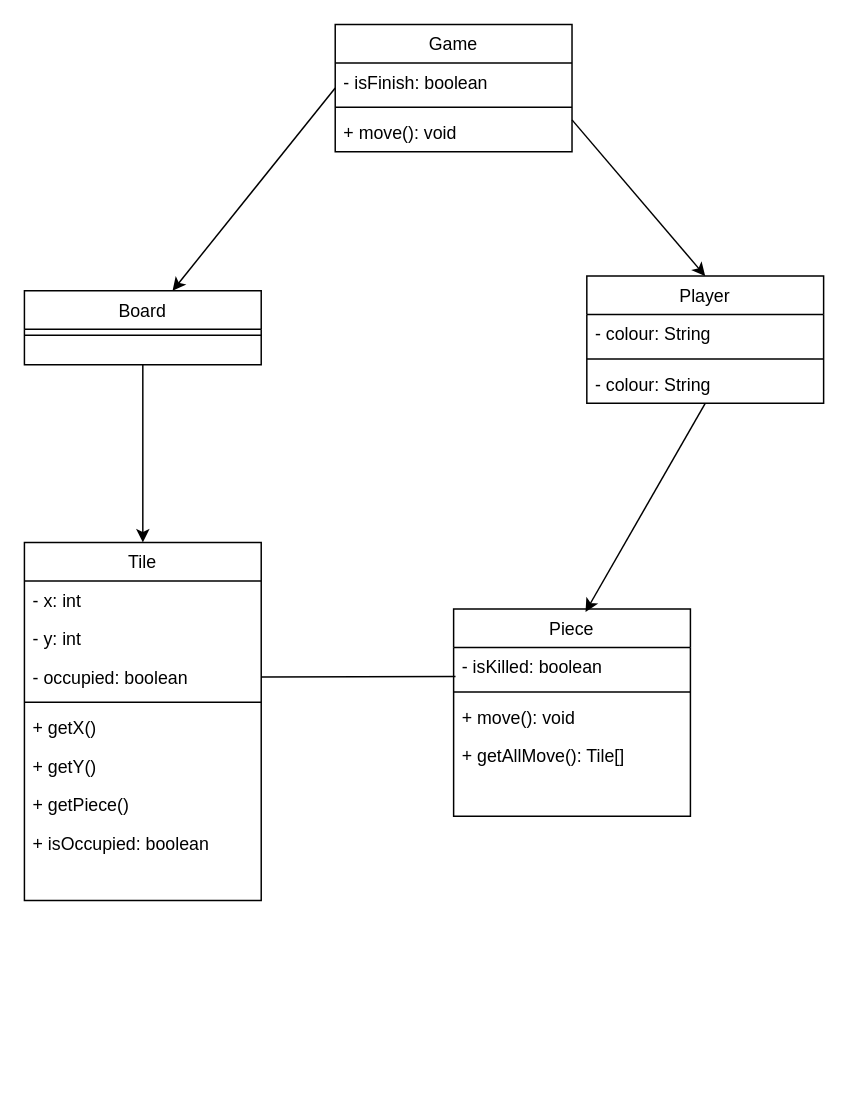
Above: diagram.drawio in artwork321/chess (draw.io), before the change. Source tidied: cells renumbered, new cells numbered last; positions are measured from the earlier drawing's top-left corner, leaving out a move shared by most shapes. Both pictures are drawn from the tidied source at 148%, with x=0, y=0 at pixel (24, 24).
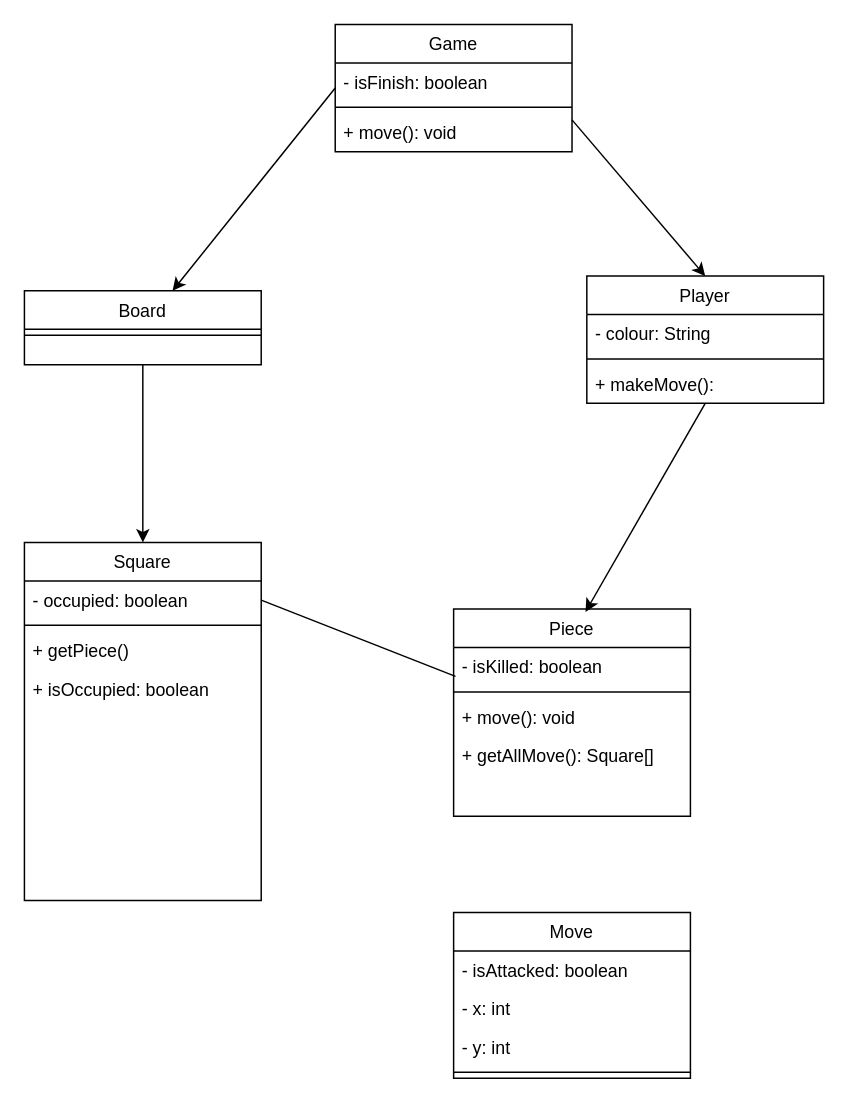
The same diagram, later.

The change refers to these unchanged cells:
```xml
<mxCell id="13" value="Piece" style="swimlane;fontStyle=0;align=center;verticalAlign=top;horizontal=1;startSize=26;rounded=0;shadow=0;strokeWidth=1;" parent="1" vertex="1">
  <mxGeometry x="290" y="395" width="160" height="140" as="geometry" />
</mxCell>
<mxCell id="25" value="Player" style="swimlane;fontStyle=0;align=center;verticalAlign=top;horizontal=1;startSize=26;rounded=0;shadow=0;strokeWidth=1;" parent="1" vertex="1">
  <mxGeometry x="380" y="170" width="160" height="86" as="geometry" />
</mxCell>
```

What changed in the source:
```diff
@@
-    <mxCell id="4" value="Tile" style="swimlane;fontStyle=0;align=center;verticalAlign=top;horizontal=1;startSize=26;rounded=0;shadow=0;strokeWidth=1;" parent="1" vertex="1">
+    <mxCell id="4" value="Square" style="swimlane;fontStyle=0;align=center;verticalAlign=top;horizontal=1;startSize=26;rounded=0;shadow=0;strokeWidth=1;" parent="1" vertex="1">
       <mxGeometry y="350" width="160" height="242" as="geometry" />
     </mxCell>
-    <mxCell id="5" value="- x: int" style="text;align=left;verticalAlign=top;spacingLeft=4;spacingRight=4;overflow=hidden;rounded=0;shadow=0;html=0;" parent="4" vertex="1">
-      <mxGeometry y="26" width="160" height="26" as="geometry" />
-    </mxCell>
-    <mxCell id="6" value="- y: int" style="text;align=left;verticalAlign=top;spacingLeft=4;spacingRight=4;overflow=hidden;rounded=0;shadow=0;html=0;" parent="4" vertex="1">
-      <mxGeometry y="52" width="160" height="26" as="geometry" />
-    </mxCell>
     <mxCell id="7" value="- occupied: boolean" style="text;align=left;verticalAlign=top;spacingLeft=4;spacingRight=4;overflow=hidden;points=[[0,0.5],[1,0.5]];portConstraint=eastwest;rounded=0;shadow=0;html=0;" parent="4" vertex="1">
-      <mxGeometry y="78" width="160" height="26" as="geometry" />
+      <mxGeometry y="26" width="160" height="26" as="geometry" />
     </mxCell>
     <mxCell id="8" style="line;html=1;strokeWidth=1;align=left;verticalAlign=middle;spacingTop=-1;spacingLeft=3;spacingRight=3;labelPosition=right;" parent="4" vertex="1">
-      <mxGeometry y="104" width="160" height="8" as="geometry" />
+      <mxGeometry y="52" width="160" height="8" as="geometry" />
     </mxCell>
-    <mxCell id="9" value="+ getX()" style="text;align=left;verticalAlign=top;spacingLeft=4;spacingRight=4;overflow=hidden;" parent="4" vertex="1">
-      <mxGeometry y="112" width="160" height="26" as="geometry" />
-    </mxCell>
-    <mxCell id="10" value="+ getY()" style="text;align=left;verticalAlign=top;spacingLeft=4;spacingRight=4;overflow=hidden;" parent="4" vertex="1">
-      <mxGeometry y="138" width="160" height="26" as="geometry" />
-    </mxCell>
     <mxCell id="11" value="+ getPiece()" style="text;align=left;verticalAlign=top;spacingLeft=4;spacingRight=4;overflow=hidden;" parent="4" vertex="1">
-      <mxGeometry y="164" width="160" height="26" as="geometry" />
+      <mxGeometry y="60" width="160" height="26" as="geometry" />
     </mxCell>
     <mxCell id="12" value="+ isOccupied: boolean" style="text;align=left;verticalAlign=top;spacingLeft=4;spacingRight=4;overflow=hidden;" parent="4" vertex="1">
-      <mxGeometry y="190" width="160" height="26" as="geometry" />
+      <mxGeometry y="86" width="160" height="26" as="geometry" />
     </mxCell>
@@
-    <mxCell id="17" value="+ getAllMove(): Tile[]" style="text;align=left;verticalAlign=top;spacingLeft=4;spacingRight=4;overflow=hidden;" parent="13" vertex="1">
+    <mxCell id="17" value="+ getAllMove(): Square[]" style="text;align=left;verticalAlign=top;spacingLeft=4;spacingRight=4;overflow=hidden;" parent="13" vertex="1">
       <mxGeometry y="86" width="160" height="26" as="geometry" />
     </mxCell>
@@
-    <mxCell id="28" value="- colour: String" style="text;align=left;verticalAlign=top;spacingLeft=4;spacingRight=4;overflow=hidden;rounded=0;shadow=0;html=0;" parent="25" vertex="1">
+    <mxCell id="28" value="+ makeMove(): " style="text;align=left;verticalAlign=top;spacingLeft=4;spacingRight=4;overflow=hidden;rounded=0;shadow=0;html=0;" parent="25" vertex="1">
       <mxGeometry y="60" width="160" height="26" as="geometry" />
     </mxCell>
@@
+    <mxCell id="31" value="Move" style="swimlane;fontStyle=0;align=center;verticalAlign=top;horizontal=1;startSize=26;rounded=0;shadow=0;strokeWidth=1;" parent="1" vertex="1">
+      <mxGeometry x="290" y="600" width="160" height="112" as="geometry" />
+    </mxCell>
+    <mxCell id="32" value="- isAttacked: boolean" style="text;align=left;verticalAlign=top;spacingLeft=4;spacingRight=4;overflow=hidden;" parent="31" vertex="1">
+      <mxGeometry y="26" width="160" height="26" as="geometry" />
+    </mxCell>
+    <mxCell id="5" value="- x: int" style="text;align=left;verticalAlign=top;spacingLeft=4;spacingRight=4;overflow=hidden;rounded=0;shadow=0;html=0;" parent="31" vertex="1">
+      <mxGeometry y="52" width="160" height="26" as="geometry" />
+    </mxCell>
+    <mxCell id="6" value="- y: int" style="text;align=left;verticalAlign=top;spacingLeft=4;spacingRight=4;overflow=hidden;rounded=0;shadow=0;html=0;" parent="31" vertex="1">
+      <mxGeometry y="78" width="160" height="26" as="geometry" />
+    </mxCell>
+    <mxCell id="33" style="line;html=1;strokeWidth=1;align=left;verticalAlign=middle;spacingTop=-1;spacingLeft=3;spacingRight=3;labelPosition=right;" parent="31" vertex="1">
+      <mxGeometry y="104" width="160" height="8" as="geometry" />
+    </mxCell>
```
